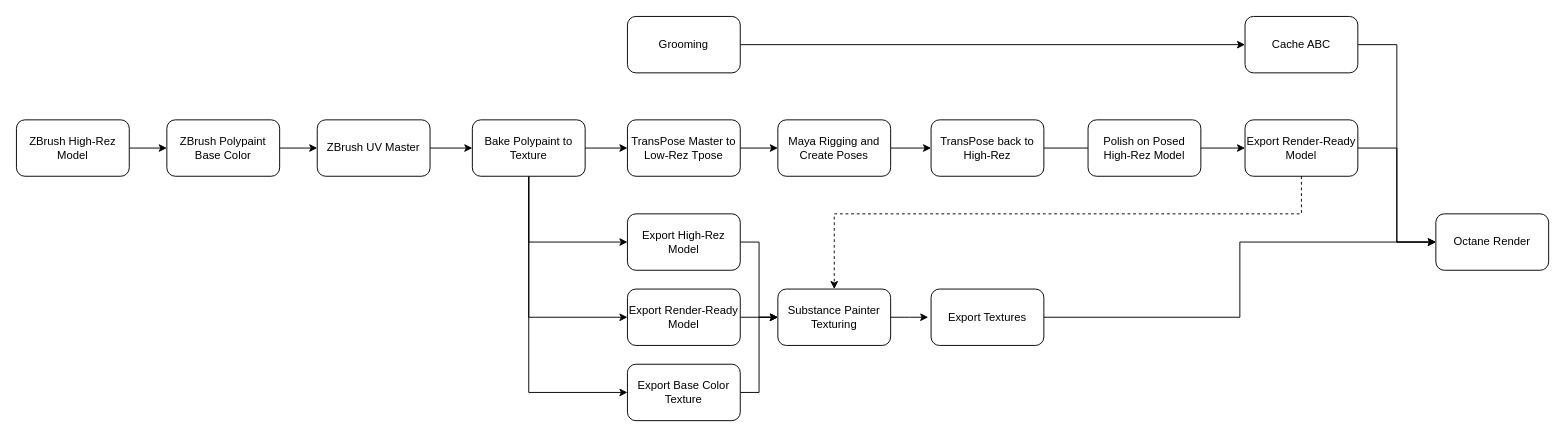
aaronfang/personal_scripts keeps this draw.io diagram as Untitled Diagram.drawio. Above is the earlier version. Source tidied: cells renumbered, new cells numbered last; positions are measured from the earlier drawing's top-left corner, leaving out a move shared by most shapes. Both pictures are drawn from the tidied source at 94%, with x=0, y=0 at pixel (16, 16).
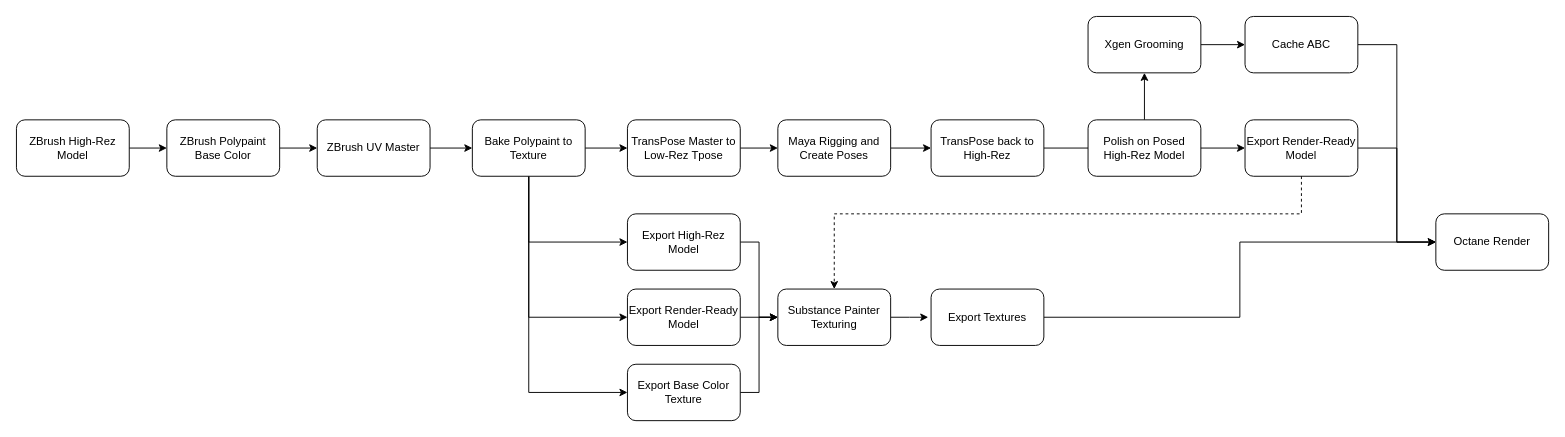
After the change.

Unchanged cells that the change refers to:
```xml
<mxCell id="33" value="Polish on Posed&lt;br&gt;High-Rez Model" style="rounded=1;whiteSpace=wrap;html=1;" parent="1" vertex="1">
  <mxGeometry x="1140" y="110" width="120" height="60" as="geometry" />
</mxCell>
```

What changed in the source:
```diff
@@
+    <mxCell id="38" style="edgeStyle=orthogonalEdgeStyle;rounded=0;jettySize=auto;html=1;exitX=0.5;exitY=0;exitDx=0;exitDy=0;entryX=0.5;entryY=1;entryDx=0;entryDy=0;" parent="1" edge="1" source="33" target="35">
+      <mxGeometry relative="1" as="geometry" />
+    </mxCell>
@@
-    <mxCell id="35" value="Grooming" style="rounded=1;whiteSpace=wrap;html=1;" parent="1" vertex="1">
-      <mxGeometry x="650" width="120" height="60" as="geometry" />
+    <mxCell id="35" value="Xgen Grooming" style="rounded=1;whiteSpace=wrap;html=1;" parent="1" vertex="1">
+      <mxGeometry x="1140" width="120" height="60" as="geometry" />
     </mxCell>
```
